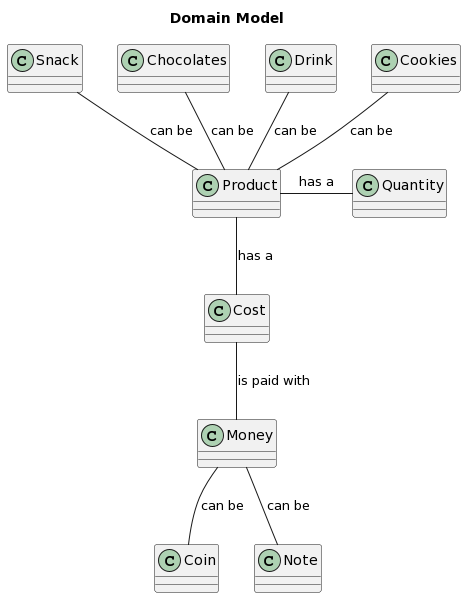
Above: diagrams/class diagram/ClassDiagram.png in mmasias/idsw2 (PlantUML), before the change. The source it was exported from:
```plantuml
@startuml
title Domain Model
class Product
class Cost
class Money
class Coin
class Note
class Cookies
class Chocolates
class Drink
class Snack
class Quantity

Product -- Cost : has a
Product -r- Quantity : has a
Cost -- Money : is paid with
Money -- Coin : can be
Money -- Note : can be
Product -u- Cookies : can be
Product -u- Drink : can be
Product -u- Chocolates: can be
Product -u- Snack : can be
@enduml
```
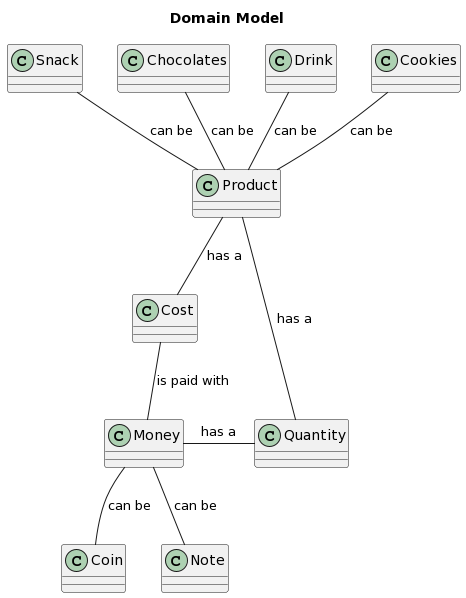
Above is the later version.

Commit message:
Add new version of the Class Diagram and the Flowchart

Change to the diagram source:
```diff
@@ -16,6 +16,7 @@
 Cost -- Money : is paid with
 Money -- Coin : can be
 Money -- Note : can be
+Money -r- Quantity : has a
 Product -u- Cookies : can be
 Product -u- Drink : can be
 Product -u- Chocolates: can be
```
